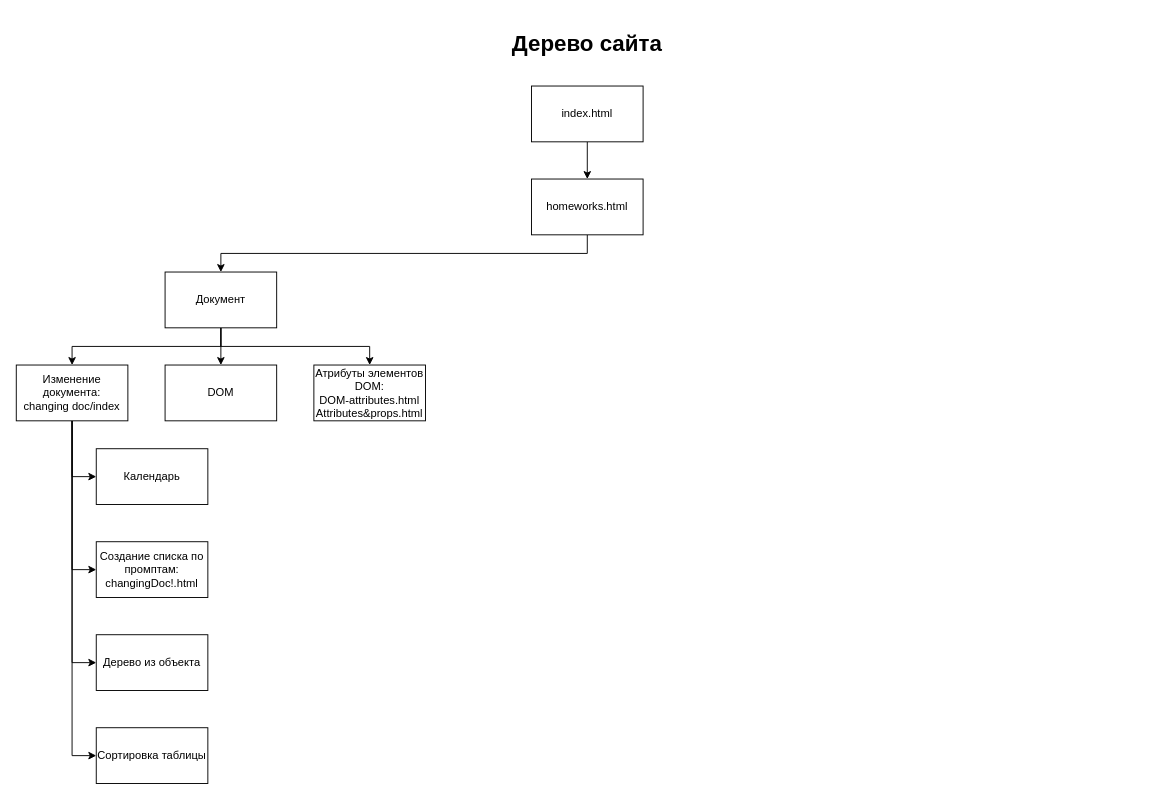
Above: Граф сайта.drawio in alekseev-n/alekseev-n.github.io (draw.io), before the change. Source tidied: cells renumbered, new cells numbered last; positions are measured from the earlier drawing's top-left corner, leaving out a move shared by most shapes. Both pictures are drawn from the tidied source at 93%, with x=0, y=0 at pixel (16, 30).
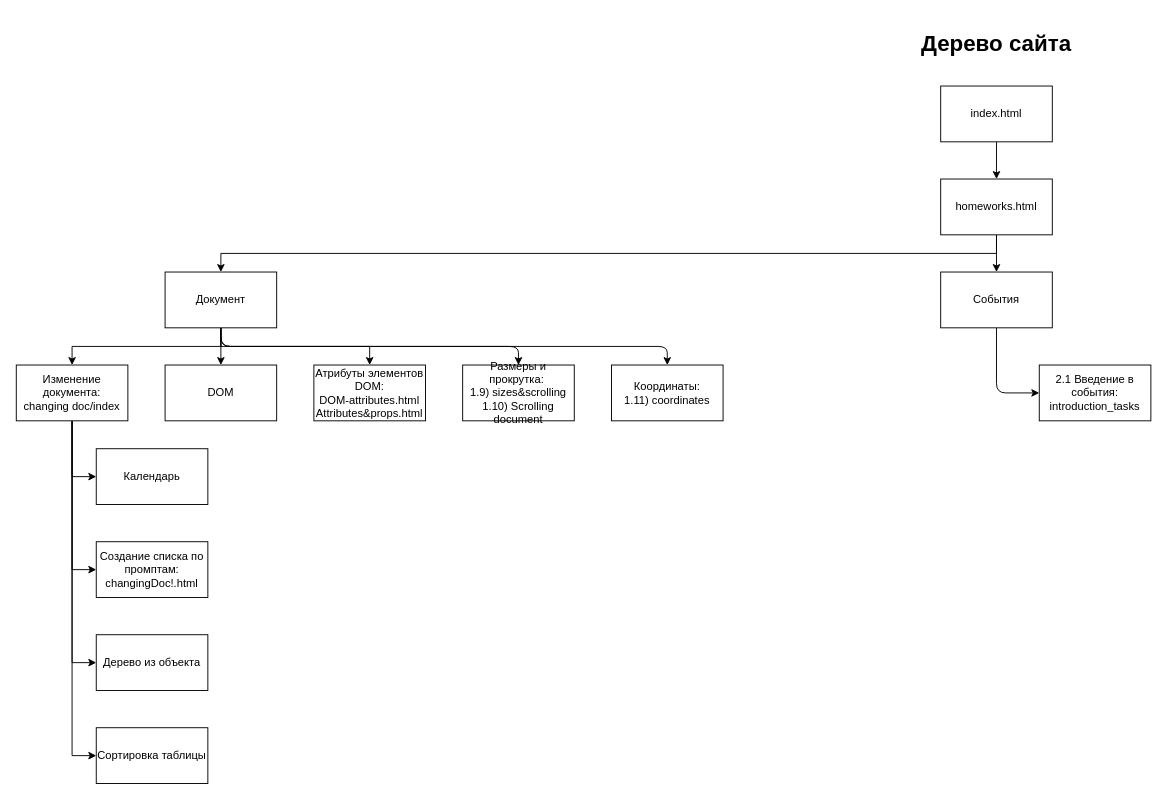
Above is the later version.

Unchanged cells that the change refers to:
```xml
<mxCell id="10" value="Документ" style="rounded=0;whiteSpace=wrap;html=1;" parent="1" vertex="1">
  <mxGeometry x="160" y="260" width="120" height="60" as="geometry" />
</mxCell>
```

The edit, as a diff of the source:
```diff
@@
     <mxCell id="2" value="&lt;h1&gt;Дерево сайта&lt;/h1&gt;" style="text;html=1;align=center;verticalAlign=middle;whiteSpace=wrap;rounded=0;" parent="1" vertex="1">
-      <mxGeometry x="496" width="236" height="30" as="geometry" />
+      <mxGeometry x="936" width="236" height="30" as="geometry" />
     </mxCell>
@@
     <mxCell id="4" value="index.html" style="rounded=0;whiteSpace=wrap;html=1;" parent="1" vertex="1">
-      <mxGeometry x="554" y="60" width="120" height="60" as="geometry" />
+      <mxGeometry x="994" y="60" width="120" height="60" as="geometry" />
     </mxCell>
@@
+    <mxCell id="22" style="edgeStyle=orthogonalEdgeStyle;html=1;exitX=0.5;exitY=1;exitDx=0;exitDy=0;entryX=0.5;entryY=0;entryDx=0;entryDy=0;" parent="1" edge="1" source="6" target="28">
+      <mxGeometry relative="1" as="geometry" />
+    </mxCell>
     <mxCell id="6" value="homeworks.html" style="rounded=0;whiteSpace=wrap;html=1;" parent="1" vertex="1">
-      <mxGeometry x="554" y="160" width="120" height="60" as="geometry" />
+      <mxGeometry x="994" y="160" width="120" height="60" as="geometry" />
     </mxCell>
@@
+    <mxCell id="23" style="edgeStyle=orthogonalEdgeStyle;html=1;exitX=0.5;exitY=1;exitDx=0;exitDy=0;entryX=0.5;entryY=0;entryDx=0;entryDy=0;" parent="1" edge="1" source="10" target="25">
+      <mxGeometry relative="1" as="geometry" />
+    </mxCell>
+    <mxCell id="24" style="edgeStyle=orthogonalEdgeStyle;html=1;exitX=0.5;exitY=1;exitDx=0;exitDy=0;entryX=0.5;entryY=0;entryDx=0;entryDy=0;" parent="1" edge="1" source="10" target="26">
+      <mxGeometry relative="1" as="geometry" />
+    </mxCell>
@@
+    <mxCell id="25" value="Размеры и прокрутка:&amp;nbsp;&lt;div&gt;1.9) sizes&amp;amp;scrolling&lt;/div&gt;&lt;div&gt;1.10) Scrolling document&lt;/div&gt;" style="whiteSpace=wrap;html=1;" parent="1" vertex="1">
+      <mxGeometry x="480" y="360" width="120" height="60" as="geometry" />
+    </mxCell>
+    <mxCell id="26" value="Координаты:&lt;br&gt;1.11) coordinates" style="whiteSpace=wrap;html=1;" parent="1" vertex="1">
+      <mxGeometry x="640" y="360" width="120" height="60" as="geometry" />
+    </mxCell>
+    <mxCell id="27" style="edgeStyle=orthogonalEdgeStyle;html=1;exitX=0.5;exitY=1;exitDx=0;exitDy=0;entryX=0;entryY=0.5;entryDx=0;entryDy=0;" parent="1" edge="1" source="28" target="29">
+      <mxGeometry relative="1" as="geometry" />
+    </mxCell>
+    <mxCell id="28" value="События" style="whiteSpace=wrap;html=1;" parent="1" vertex="1">
+      <mxGeometry x="994" y="260" width="120" height="60" as="geometry" />
+    </mxCell>
+    <mxCell id="29" value="2.1 Введение в события:&lt;div&gt;introduction_tasks&lt;/div&gt;" style="whiteSpace=wrap;html=1;" parent="1" vertex="1">
+      <mxGeometry x="1100" y="360" width="120" height="60" as="geometry" />
+    </mxCell>
```
